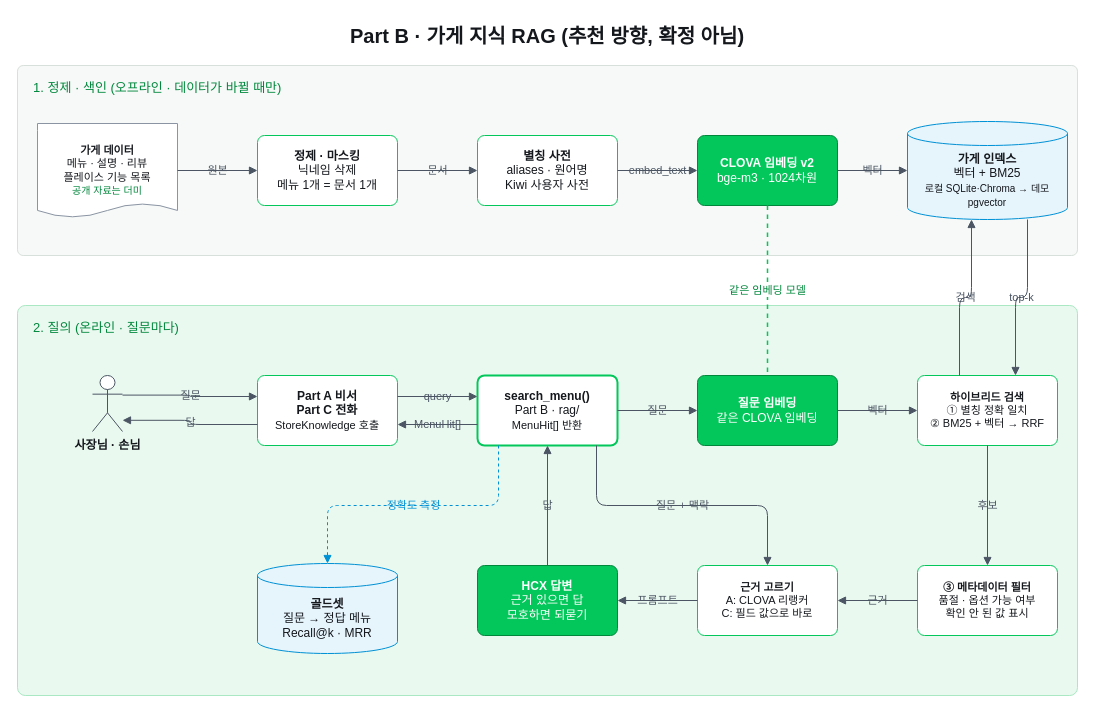
Before: docs/diagrams/04-store-rag.drawio in Happ11quokka/AgentHan, a draw.io diagram. Source tidied: cells renumbered, new cells numbered last; positions are measured from the earlier drawing's top-left corner, leaving out a move shared by most shapes. Both pictures are drawn from the tidied source at 100%, with x=0, y=0 at pixel (17, 17).
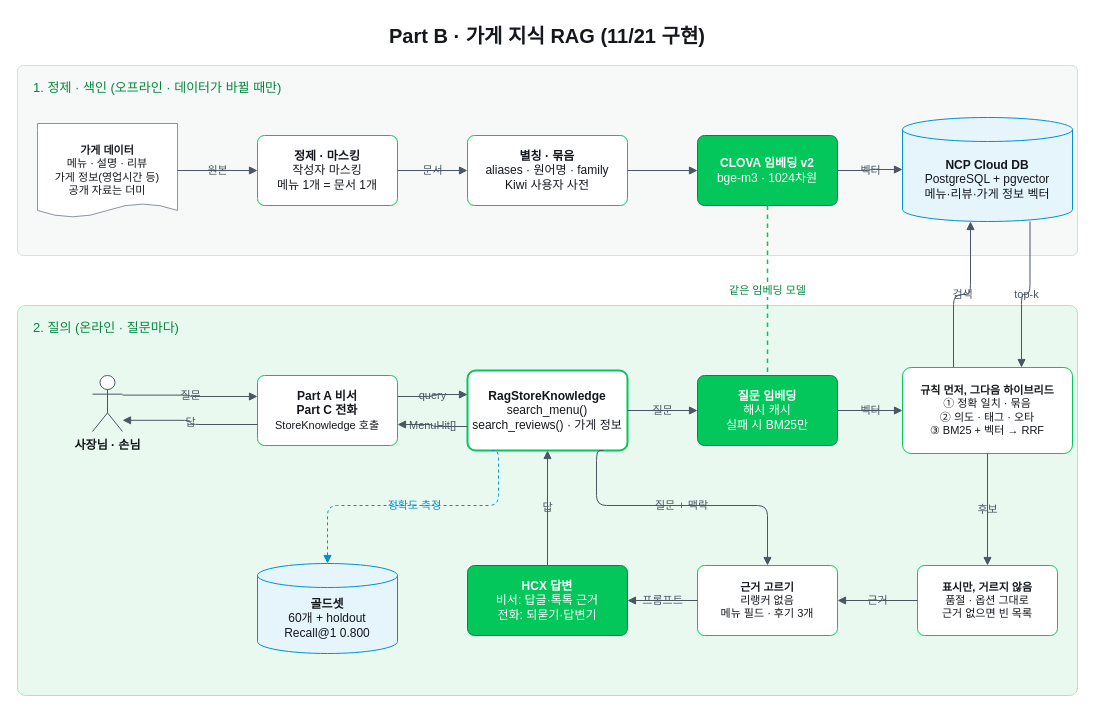
The same diagram, later.

Unchanged cells that the change refers to:
```xml
<mxCell id="7" value="&lt;b&gt;CLOVA 임베딩 v2&lt;/b&gt;&lt;br&gt;bge-m3 · 1024차원" style="rounded=1;arcSize=10;fillColor=#03C75A;strokeColor=#00873C;fontFamily=Pretendard;fontSize=12;fontColor=#ffffff;whiteSpace=wrap;html=1;" parent="1" vertex="1">
  <mxGeometry x="680" y="118" width="140" height="70" as="geometry" />
</mxCell>
```

The edit, as a diff of the source:
```diff
@@
-    <mxCell id="2" value="Part B · 가게 지식 RAG (추천 방향, 확정 아님)" style="text;fontFamily=Pretendard;fontSize=20;fontStyle=1;fontColor=#14171C;align=center;verticalAlign=middle;whiteSpace=wrap;html=1;" parent="1" vertex="1">
+    <mxCell id="2" value="Part B · 가게 지식 RAG (11/21 구현)" style="text;fontFamily=Pretendard;fontSize=20;fontStyle=1;fontColor=#14171C;align=center;verticalAlign=middle;whiteSpace=wrap;html=1;" parent="1" vertex="1">
       <mxGeometry width="1060" height="36" as="geometry" />
     </mxCell>
@@
-    <mxCell id="4" value="&lt;b&gt;가게 데이터&lt;/b&gt;&lt;br&gt;메뉴 · 설명 · 리뷰&lt;br&gt;플레이스 기능 목록&lt;br&gt;&lt;span style=&quot;font-size:10px;color:#00873C&quot;&gt;공개 자료는 더미&lt;/span&gt;" style="shape=document;size=0.15;fillColor=#ffffff;strokeColor=#8A94A3;fontFamily=Pretendard;fontSize=11;fontColor=#14171C;whiteSpace=wrap;html=1;" parent="1" vertex="1">
+    <mxCell id="4" value="&lt;b&gt;가게 데이터&lt;/b&gt;&lt;br&gt;메뉴 · 설명 · 리뷰&lt;br&gt;가게 정보(영업시간 등)&lt;br&gt;공개 자료는 더미" style="shape=document;size=0.15;fillColor=#ffffff;strokeColor=#8A94A3;fontFamily=Pretendard;fontSize=11;fontColor=#14171C;whiteSpace=wrap;html=1;" parent="1" vertex="1">
       <mxGeometry x="20" y="106" width="140" height="94" as="geometry" />
     </mxCell>
-    <mxCell id="5" value="&lt;b&gt;정제 · 마스킹&lt;/b&gt;&lt;br&gt;닉네임 삭제&lt;br&gt;메뉴 1개 = 문서 1개" style="rounded=1;arcSize=10;fillColor=#ffffff;strokeColor=#03C75A;fontFamily=Pretendard;fontSize=12;fontColor=#14171C;whiteSpace=wrap;html=1;" parent="1" vertex="1">
+    <mxCell id="5" value="&lt;b&gt;정제 · 마스킹&lt;/b&gt;&lt;br&gt;작성자 마스킹&lt;br&gt;메뉴 1개 = 문서 1개" style="rounded=1;arcSize=10;fillColor=#ffffff;strokeColor=#03C75A;fontFamily=Pretendard;fontSize=12;fontColor=#14171C;whiteSpace=wrap;html=1;" parent="1" vertex="1">
       <mxGeometry x="240" y="118" width="140" height="70" as="geometry" />
     </mxCell>
-    <mxCell id="6" value="&lt;b&gt;별칭 사전&lt;/b&gt;&lt;br&gt;aliases · 원어명&lt;br&gt;Kiwi 사용자 사전" style="rounded=1;arcSize=10;fillColor=#ffffff;strokeColor=#03C75A;fontFamily=Pretendard;fontSize=12;fontColor=#14171C;whiteSpace=wrap;html=1;" parent="1" vertex="1">
-      <mxGeometry x="460" y="118" width="140" height="70" as="geometry" />
+    <mxCell id="6" value="&lt;b&gt;별칭 · 묶음&lt;/b&gt;&lt;br&gt;aliases · 원어명 · family&lt;br&gt;Kiwi 사용자 사전" style="rounded=1;arcSize=10;fillColor=#ffffff;strokeColor=#03C75A;fontFamily=Pretendard;fontSize=12;fontColor=#14171C;whiteSpace=wrap;html=1;" parent="1" vertex="1">
+      <mxGeometry x="450" y="118" width="160" height="70" as="geometry" />
     </mxCell>
@@
-    <mxCell id="8" value="&lt;b&gt;가게 인덱스&lt;/b&gt;&lt;br&gt;벡터 + BM25&lt;br&gt;&lt;span style=&quot;font-size:10px&quot;&gt;로컬 SQLite·Chroma → 데모 pgvector&lt;/span&gt;" style="shape=cylinder3;boundedLbl=1;backgroundOutline=1;size=12;fillColor=#E6F4FB;strokeColor=#0091D5;fontFamily=Pretendard;fontSize=12;fontColor=#14171C;whiteSpace=wrap;html=1;" parent="1" vertex="1">
-      <mxGeometry x="890" y="104" width="160" height="98" as="geometry" />
+    <mxCell id="8" value="&lt;b&gt;NCP Cloud DB&lt;/b&gt;&lt;br&gt;PostgreSQL + pgvector&lt;br&gt;메뉴·리뷰·가게 정보 벡터" style="shape=cylinder3;boundedLbl=1;backgroundOutline=1;size=12;fillColor=#E6F4FB;strokeColor=#0091D5;fontFamily=Pretendard;fontSize=12;fontColor=#14171C;whiteSpace=wrap;html=1;" parent="1" vertex="1">
+      <mxGeometry x="885" y="100" width="170" height="104" as="geometry" />
     </mxCell>
@@
-    <mxCell id="12" value="&lt;b&gt;search_menu()&lt;/b&gt;&lt;br&gt;Part B · rag/&lt;br&gt;&lt;span style=&quot;font-size:11px&quot;&gt;MenuHit[] 반환&lt;/span&gt;" style="rounded=1;arcSize=10;fillColor=#ffffff;strokeColor=#03C75A;fontFamily=Pretendard;fontSize=12;fontColor=#14171C;strokeWidth=2;whiteSpace=wrap;html=1;" parent="1" vertex="1">
-      <mxGeometry x="460" y="358" width="140" height="70" as="geometry" />
+    <mxCell id="12" value="&lt;b&gt;RagStoreKnowledge&lt;/b&gt;&lt;br&gt;search_menu()&lt;br&gt;search_reviews() · 가게 정보" style="rounded=1;arcSize=10;fillColor=#ffffff;strokeColor=#03C75A;fontFamily=Pretendard;fontSize=12;fontColor=#14171C;strokeWidth=2;whiteSpace=wrap;html=1;" parent="1" vertex="1">
+      <mxGeometry x="450" y="353" width="160" height="80" as="geometry" />
     </mxCell>
-    <mxCell id="13" value="&lt;b&gt;질문 임베딩&lt;/b&gt;&lt;br&gt;같은 CLOVA 임베딩" style="rounded=1;arcSize=10;fillColor=#03C75A;strokeColor=#00873C;fontFamily=Pretendard;fontSize=12;fontColor=#ffffff;whiteSpace=wrap;html=1;" parent="1" vertex="1">
+    <mxCell id="13" value="&lt;b&gt;질문 임베딩&lt;/b&gt;&lt;br&gt;해시 캐시&lt;br&gt;실패 시 BM25만" style="rounded=1;arcSize=10;fillColor=#03C75A;strokeColor=#00873C;fontFamily=Pretendard;fontSize=12;fontColor=#ffffff;whiteSpace=wrap;html=1;" parent="1" vertex="1">
       <mxGeometry x="680" y="358" width="140" height="70" as="geometry" />
     </mxCell>
-    <mxCell id="14" value="&lt;b&gt;하이브리드 검색&lt;/b&gt;&lt;br&gt;① 별칭 정확 일치&lt;br&gt;② BM25 + 벡터 → RRF" style="rounded=1;arcSize=10;fillColor=#ffffff;strokeColor=#03C75A;fontFamily=Pretendard;fontColor=#14171C;fontSize=11;whiteSpace=wrap;html=1;" parent="1" vertex="1">
-      <mxGeometry x="900" y="358" width="140" height="70" as="geometry" />
+    <mxCell id="14" value="&lt;b&gt;규칙 먼저, 그다음 하이브리드&lt;/b&gt;&lt;br&gt;① 정확 일치 · 묶음&lt;br&gt;② 의도 · 태그 · 오타&lt;br&gt;③ BM25 + 벡터 → RRF" style="rounded=1;arcSize=10;fillColor=#ffffff;strokeColor=#03C75A;fontFamily=Pretendard;fontColor=#14171C;fontSize=11;whiteSpace=wrap;html=1;" parent="1" vertex="1">
+      <mxGeometry x="885" y="350" width="170" height="86" as="geometry" />
     </mxCell>
-    <mxCell id="15" value="&lt;b&gt;골드셋&lt;/b&gt;&lt;br&gt;질문 → 정답 메뉴&lt;br&gt;Recall@k · MRR" style="shape=cylinder3;boundedLbl=1;backgroundOutline=1;size=12;fillColor=#E6F4FB;strokeColor=#0091D5;fontFamily=Pretendard;fontSize=12;fontColor=#14171C;whiteSpace=wrap;html=1;" parent="1" vertex="1">
+    <mxCell id="15" value="&lt;b&gt;골드셋&lt;/b&gt;&lt;br&gt;60개 + holdout&lt;br&gt;Recall@1 0.800" style="shape=cylinder3;boundedLbl=1;backgroundOutline=1;size=12;fillColor=#E6F4FB;strokeColor=#0091D5;fontFamily=Pretendard;fontSize=12;fontColor=#14171C;whiteSpace=wrap;html=1;" parent="1" vertex="1">
       <mxGeometry x="240" y="546" width="140" height="90" as="geometry" />
     </mxCell>
-    <mxCell id="16" value="&lt;b&gt;HCX 답변&lt;/b&gt;&lt;br&gt;근거 있으면 답&lt;br&gt;모호하면 되묻기" style="rounded=1;arcSize=10;fillColor=#03C75A;strokeColor=#00873C;fontFamily=Pretendard;fontSize=12;fontColor=#ffffff;whiteSpace=wrap;html=1;" parent="1" vertex="1">
-      <mxGeometry x="460" y="548" width="140" height="70" as="geometry" />
+    <mxCell id="16" value="&lt;b&gt;HCX 답변&lt;/b&gt;&lt;br&gt;비서: 답글·톡톡 근거&lt;br&gt;전화: 되묻기·답변기" style="rounded=1;arcSize=10;fillColor=#03C75A;strokeColor=#00873C;fontFamily=Pretendard;fontSize=12;fontColor=#ffffff;whiteSpace=wrap;html=1;" parent="1" vertex="1">
+      <mxGeometry x="450" y="548" width="160" height="70" as="geometry" />
     </mxCell>
-    <mxCell id="17" value="&lt;b&gt;근거 고르기&lt;/b&gt;&lt;br&gt;A: CLOVA 리랭커&lt;br&gt;C: 필드 값으로 바로" style="rounded=1;arcSize=10;fillColor=#ffffff;strokeColor=#03C75A;fontFamily=Pretendard;fontColor=#14171C;fontSize=11;whiteSpace=wrap;html=1;" parent="1" vertex="1">
+    <mxCell id="17" value="&lt;b&gt;근거 고르기&lt;/b&gt;&lt;br&gt;리랭커 없음&lt;br&gt;메뉴 필드 · 후기 3개" style="rounded=1;arcSize=10;fillColor=#ffffff;strokeColor=#03C75A;fontFamily=Pretendard;fontColor=#14171C;fontSize=11;whiteSpace=wrap;html=1;" parent="1" vertex="1">
       <mxGeometry x="680" y="548" width="140" height="70" as="geometry" />
     </mxCell>
-    <mxCell id="18" value="&lt;b&gt;③ 메타데이터 필터&lt;/b&gt;&lt;br&gt;품절 · 옵션 가능 여부&lt;br&gt;확인 안 된 값 표시" style="rounded=1;arcSize=10;fillColor=#ffffff;strokeColor=#03C75A;fontFamily=Pretendard;fontColor=#14171C;fontSize=11;whiteSpace=wrap;html=1;" parent="1" vertex="1">
+    <mxCell id="18" value="&lt;b&gt;표시만, 거르지 않음&lt;/b&gt;&lt;br&gt;품절 · 옵션 그대로&lt;br&gt;근거 없으면 빈 목록" style="rounded=1;arcSize=10;fillColor=#ffffff;strokeColor=#03C75A;fontFamily=Pretendard;fontColor=#14171C;fontSize=11;whiteSpace=wrap;html=1;" parent="1" vertex="1">
       <mxGeometry x="900" y="548" width="140" height="70" as="geometry" />
     </mxCell>
@@
-    <mxCell id="21" value="embed_text" style="edgeStyle=orthogonalEdgeStyle;rounded=1;strokeColor=#4B5563;endArrow=block;endFill=1;fontFamily=Pretendard;fontSize=11;fontColor=#4B5563;labelBackgroundColor=none;exitX=1;exitY=0.5;entryX=0;entryY=0.5;html=1;" parent="1" edge="1" source="6" target="7">
+    <mxCell id="21" style="edgeStyle=orthogonalEdgeStyle;rounded=1;strokeColor=#4B5563;endArrow=block;endFill=1;fontFamily=Pretendard;fontSize=11;fontColor=#4B5563;labelBackgroundColor=none;exitX=1;exitY=0.5;entryX=0;entryY=0.5;html=1;" parent="1" edge="1" source="6" target="7">
       <mxGeometry relative="1" as="geometry" />
     </mxCell>
```
